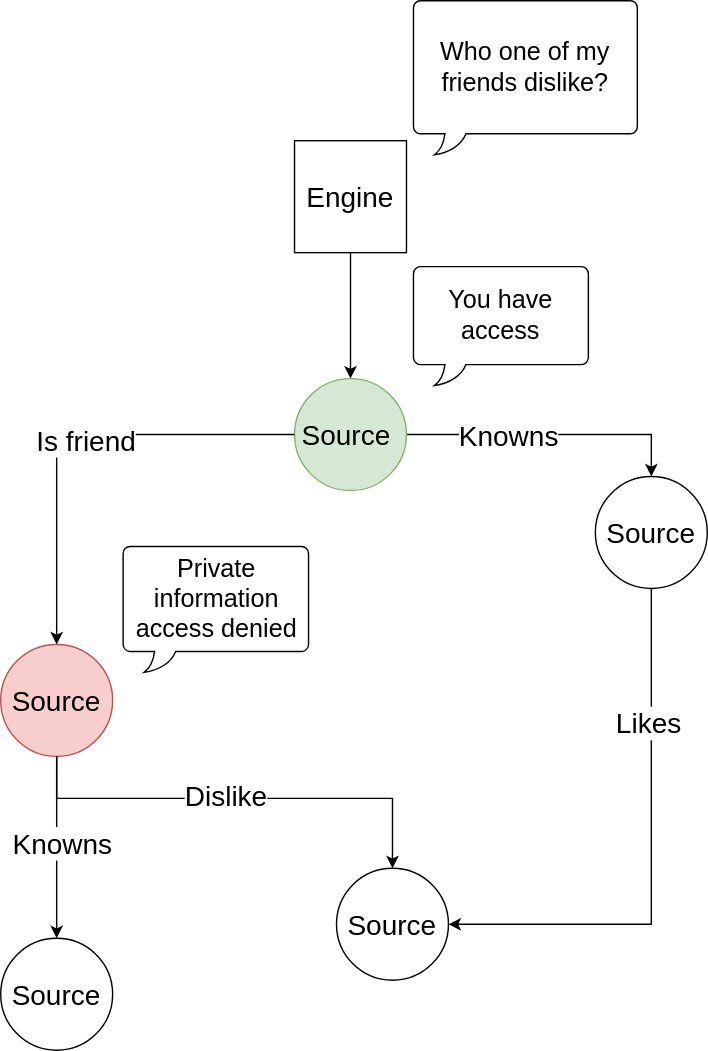
Earlier version of the draw.io export images/social_applications.svg (constraintAutomaton/presentation-iswc-2023-doctoral-consortium-collaboravite-engine). Source tidied: cells renumbered, new cells last; positions are measured from the earlier drawing's top-left corner, leaving out a move shared by most shapes.
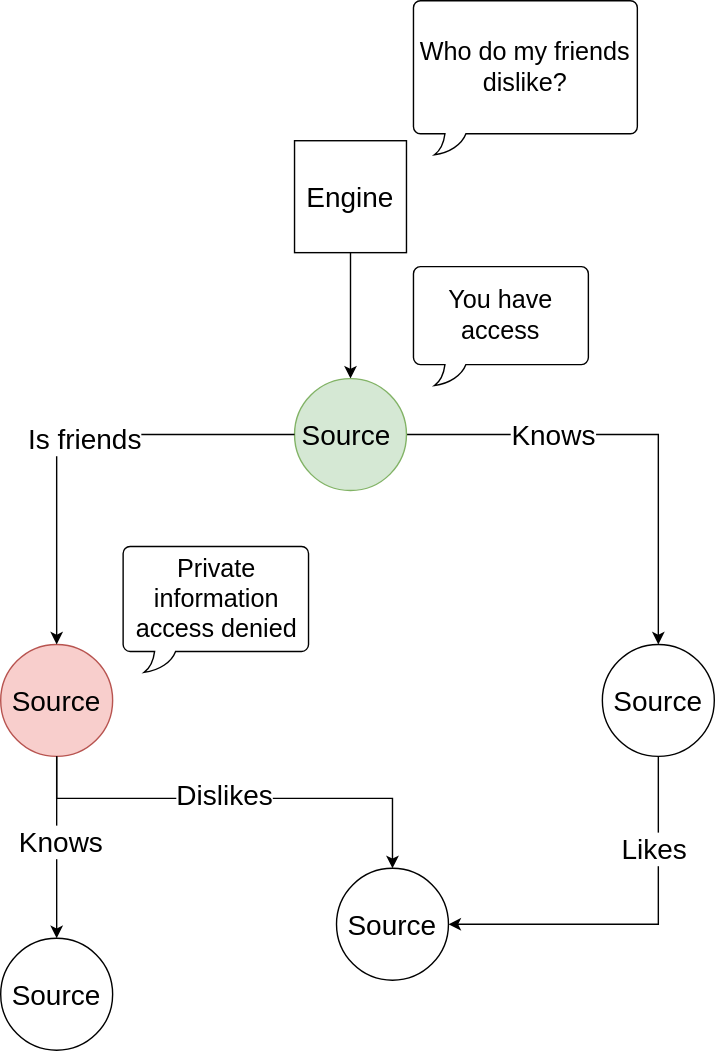
The same file after the commit.

What changed in the source:
```diff
@@ -11,7 +11,7 @@
     <mxCell id="4" style="edgeStyle=orthogonalEdgeStyle;rounded=0;jettySize=auto;html=1;entryX=0.5;entryY=0;entryDx=0;entryDy=0;" parent="1" edge="1" source="6" target="12">
       <mxGeometry relative="1" as="geometry" />
     </mxCell>
-    <mxCell id="5" value="&lt;font style=&quot;font-size: 20px;&quot;&gt;Knowns&lt;/font&gt;" style="edgeLabel;html=1;align=center;verticalAlign=middle;" parent="4" vertex="1">
+    <mxCell id="5" value="&lt;font style=&quot;font-size: 20px;&quot;&gt;Knows&lt;/font&gt;" style="edgeLabel;html=1;align=center;verticalAlign=middle;" parent="4" vertex="1">
       <mxGeometry x="-0.47" relative="1" as="geometry">
         <mxPoint x="18" as="offset" />
       </mxGeometry>
@@ -28,10 +28,10 @@
     <mxCell id="9" value="&lt;font style=&quot;font-size: 20px;&quot;&gt;Source&lt;/font&gt;" style="ellipse;whiteSpace=wrap;html=1;" parent="1" vertex="1">
       <mxGeometry y="670" width="80" height="80" as="geometry" />
     </mxCell>
-    <mxCell id="10" style="edgeStyle=orthogonalEdgeStyle;rounded=0;jettySize=auto;html=1;entryX=1;entryY=0.5;entryDx=0;entryDy=0;" parent="1" edge="1" source="12" target="8">
+    <mxCell id="10" style="edgeStyle=orthogonalEdgeStyle;rounded=0;jettySize=auto;html=1;entryX=1;entryY=0.5;entryDx=0;entryDy=0;exitX=0.5;exitY=1;exitDx=0;exitDy=0;" parent="1" edge="1" source="12" target="8">
       <mxGeometry relative="1" as="geometry">
         <Array as="points">
-          <mxPoint x="465" y="660" />
+          <mxPoint x="470" y="660" />
         </Array>
       </mxGeometry>
     </mxCell>
@@ -41,7 +41,7 @@
       </mxGeometry>
     </mxCell>
     <mxCell id="12" value="&lt;font style=&quot;font-size: 20px;&quot;&gt;Source&lt;/font&gt;" style="ellipse;whiteSpace=wrap;html=1;" parent="1" vertex="1">
-      <mxGeometry x="425" y="340" width="80" height="80" as="geometry" />
+      <mxGeometry x="430" y="460" width="80" height="80" as="geometry" />
     </mxCell>
     <mxCell id="13" style="edgeStyle=orthogonalEdgeStyle;rounded=0;jettySize=auto;html=1;entryX=0.5;entryY=0;entryDx=0;entryDy=0;exitX=0;exitY=0.5;exitDx=0;exitDy=0;" parent="1" edge="1" source="6" target="7">
       <mxGeometry relative="1" as="geometry" />
@@ -49,7 +49,7 @@
     <mxCell id="14" value="Text" style="edgeLabel;html=1;align=center;verticalAlign=middle;" parent="13" vertex="1">
       <mxGeometry x="-0.02" y="1" relative="1" as="geometry" />
     </mxCell>
-    <mxCell id="15" value="&lt;span style=&quot;font-size: 20px;&quot;&gt;Is friend&lt;br&gt;&lt;/span&gt;" style="edgeLabel;html=1;align=center;verticalAlign=middle;" parent="13" vertex="1">
+    <mxCell id="15" value="&lt;span style=&quot;font-size: 20px;&quot;&gt;Is friends&lt;br&gt;&lt;/span&gt;" style="edgeLabel;html=1;align=center;verticalAlign=middle;" parent="13" vertex="1">
       <mxGeometry x="-0.06" y="3" relative="1" as="geometry" />
     </mxCell>
     <mxCell id="16" style="edgeStyle=orthogonalEdgeStyle;rounded=0;jettySize=auto;html=1;exitX=0.5;exitY=1;exitDx=0;exitDy=0;entryX=0.5;entryY=0;entryDx=0;entryDy=0;" parent="1" edge="1" source="7" target="8">
@@ -63,7 +63,7 @@
     <mxCell id="17" value="Text" style="edgeLabel;html=1;align=center;verticalAlign=middle;" parent="16" vertex="1">
       <mxGeometry x="-0.02" y="1" relative="1" as="geometry" />
     </mxCell>
-    <mxCell id="18" value="&lt;font style=&quot;font-size: 20px;&quot;&gt;Dislike&lt;/font&gt;" style="edgeLabel;html=1;align=center;verticalAlign=middle;" parent="16" vertex="1">
+    <mxCell id="18" value="&lt;font style=&quot;font-size: 20px;&quot;&gt;Dislikes&lt;/font&gt;" style="edgeLabel;html=1;align=center;verticalAlign=middle;" parent="16" vertex="1">
       <mxGeometry x="-0.06" y="3" relative="1" as="geometry" />
     </mxCell>
     <mxCell id="19" style="edgeStyle=orthogonalEdgeStyle;rounded=0;jettySize=auto;html=1;exitX=0.5;exitY=1;exitDx=0;exitDy=0;" parent="1" edge="1" source="7" target="9">
@@ -72,10 +72,10 @@
     <mxCell id="20" value="Text" style="edgeLabel;html=1;align=center;verticalAlign=middle;" parent="19" vertex="1">
       <mxGeometry x="-0.02" y="1" relative="1" as="geometry" />
     </mxCell>
-    <mxCell id="21" value="&lt;font style=&quot;font-size: 20px;&quot;&gt;Knowns&lt;/font&gt;" style="edgeLabel;html=1;align=center;verticalAlign=middle;" parent="19" vertex="1">
+    <mxCell id="21" value="&lt;font style=&quot;font-size: 20px;&quot;&gt;Knows&lt;/font&gt;" style="edgeLabel;html=1;align=center;verticalAlign=middle;" parent="19" vertex="1">
       <mxGeometry x="-0.06" y="3" relative="1" as="geometry" />
     </mxCell>
-    <mxCell id="22" value="&lt;font style=&quot;font-size: 18px;&quot;&gt;Who one of my friends dislike?&lt;br&gt;&lt;/font&gt;" style="whiteSpace=wrap;html=1;shape=mxgraph.basic.roundRectCallout;dx=30;dy=15;size=5;boundedLbl=1;" parent="1" vertex="1">
+    <mxCell id="22" value="&lt;font style=&quot;font-size: 18px;&quot;&gt;Who do my friends dislike?&lt;br&gt;&lt;/font&gt;" style="whiteSpace=wrap;html=1;shape=mxgraph.basic.roundRectCallout;dx=30;dy=15;size=5;boundedLbl=1;" parent="1" vertex="1">
       <mxGeometry x="295" width="160" height="110" as="geometry" />
     </mxCell>
     <mxCell id="23" value="&lt;font style=&quot;font-size: 18px;&quot;&gt;You have access&lt;br&gt;&lt;/font&gt;" style="whiteSpace=wrap;html=1;shape=mxgraph.basic.roundRectCallout;dx=30;dy=15;size=5;boundedLbl=1;" parent="1" vertex="1">
```
